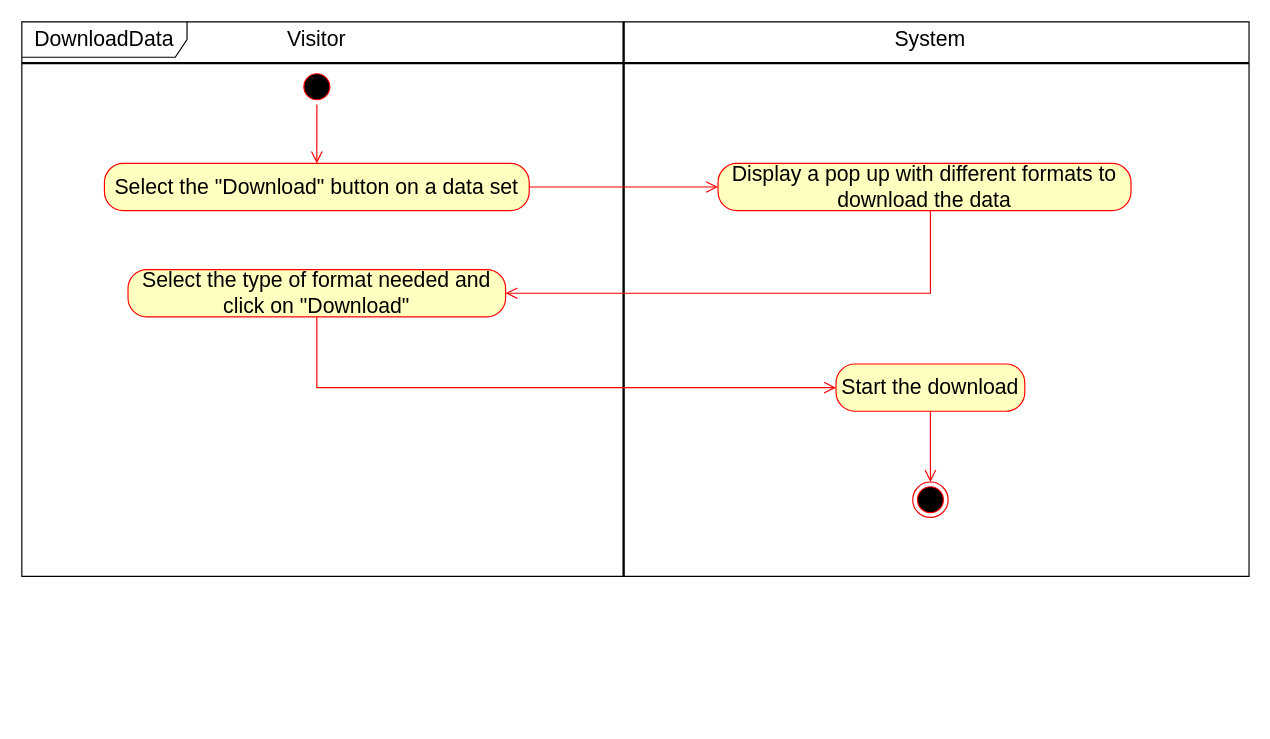
This is page "DownloadData" (1 of 3) of Use cases diagram/Visitor.drawio from matteovisotto/SE2-CecchettoSirianiVisotto, a draw.io file, before an edit. Source tidied: cells renumbered, new cells numbered last; positions are measured from the earlier drawing's top-left corner, leaving out a move shared by most shapes. Both pictures are drawn from the tidied source at 118%, with x=0, y=0 at pixel (21, 21).
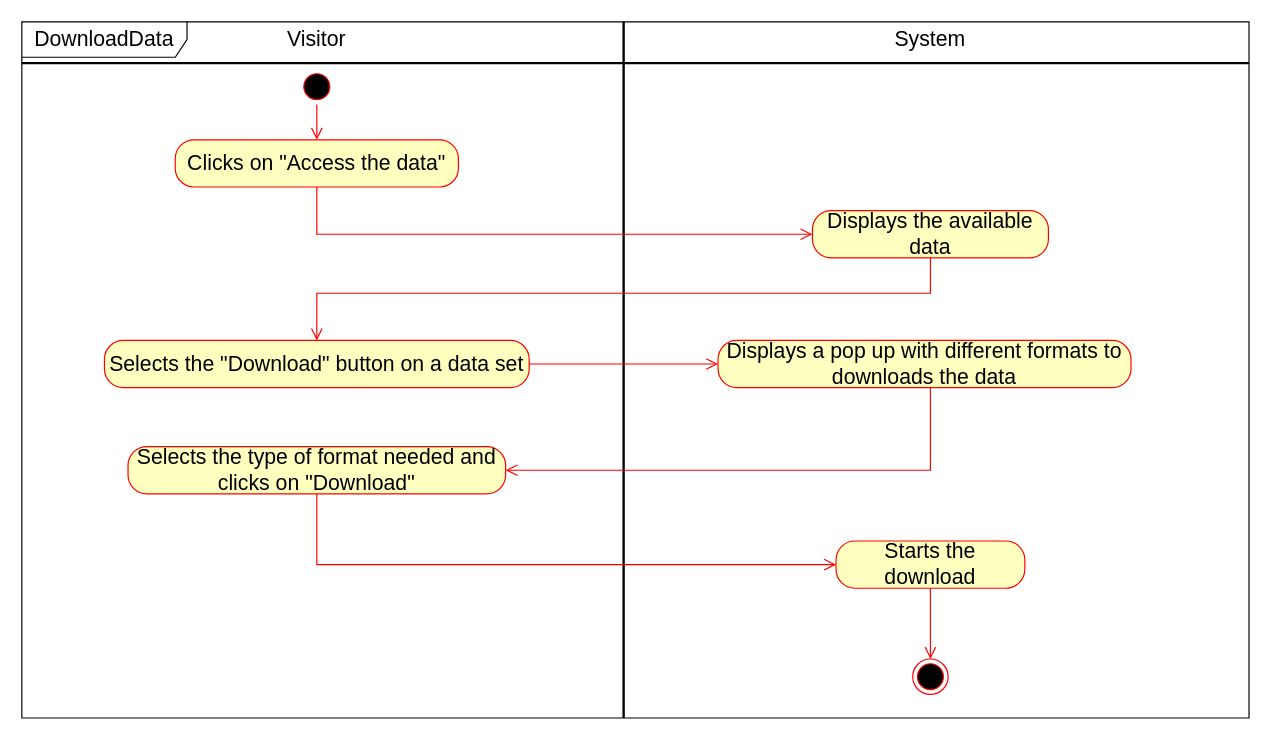
Above is the later version.

The change refers to these unchanged cells:
```xml
<mxCell id="4" style="ellipse;html=1;shape=startState;fillColor=#000000;strokeColor=#ff0000;" parent="1" vertex="1">
  <mxGeometry x="235" y="40" width="30" height="30" as="geometry" />
</mxCell>
```

Diff of the diagram source:
```diff
@@
     <mxCell id="2" value="&lt;font style=&quot;font-size: 18px&quot;&gt;DownloadData&lt;/font&gt;" style="shape=umlFrame;whiteSpace=wrap;html=1;width=140;height=30;" parent="1" vertex="1">
-      <mxGeometry width="1040" height="470" as="geometry" />
+      <mxGeometry width="1040" height="590" as="geometry" />
     </mxCell>
     <mxCell id="3" style="line;strokeWidth=2;direction=south;html=1;" parent="1" vertex="1">
-      <mxGeometry x="505" width="10" height="470" as="geometry" />
+      <mxGeometry x="505" width="10" height="590" as="geometry" />
     </mxCell>
@@
-    <mxCell id="5" style="edgeStyle=orthogonalEdgeStyle;html=1;verticalAlign=bottom;endArrow=open;endSize=8;strokeColor=#ff0000;rounded=0;" parent="1" edge="1" source="4" target="10">
+    <mxCell id="5" style="edgeStyle=orthogonalEdgeStyle;html=1;verticalAlign=bottom;endArrow=open;endSize=8;strokeColor=#ff0000;rounded=0;" parent="1" edge="1" source="4" target="18">
       <mxGeometry relative="1" as="geometry" />
     </mxCell>
     <mxCell id="6" style="ellipse;html=1;shape=endState;fillColor=#000000;strokeColor=#ff0000;" parent="1" vertex="1">
-      <mxGeometry x="755" y="390" width="30" height="30" as="geometry" />
+      <mxGeometry x="755" y="540" width="30" height="30" as="geometry" />
     </mxCell>
@@
-    <mxCell id="10" value="&lt;font style=&quot;font-size: 18px&quot;&gt;Select the &quot;Download&quot; button on a data set&lt;/font&gt;" style="rounded=1;whiteSpace=wrap;html=1;arcSize=40;fontColor=#000000;fillColor=#ffffc0;strokeColor=#ff0000;" parent="1" vertex="1">
-      <mxGeometry x="70" y="120" width="360" height="40" as="geometry" />
+    <mxCell id="10" value="&lt;font style=&quot;font-size: 18px&quot;&gt;Selects the &quot;Download&quot; button on a data set&lt;/font&gt;" style="rounded=1;whiteSpace=wrap;html=1;arcSize=40;fontColor=#000000;fillColor=#ffffc0;strokeColor=#ff0000;" parent="1" vertex="1">
+      <mxGeometry x="70" y="270" width="360" height="40" as="geometry" />
     </mxCell>
@@
-    <mxCell id="12" value="&lt;font style=&quot;font-size: 18px&quot;&gt;Display a pop up with different formats to download the data&lt;/font&gt;" style="rounded=1;whiteSpace=wrap;html=1;arcSize=40;fontColor=#000000;fillColor=#ffffc0;strokeColor=#ff0000;" parent="1" vertex="1">
-      <mxGeometry x="590" y="120" width="350" height="40" as="geometry" />
+    <mxCell id="12" value="&lt;font style=&quot;font-size: 18px&quot;&gt;Displays a pop up with different formats to downloads the data&lt;/font&gt;" style="rounded=1;whiteSpace=wrap;html=1;arcSize=40;fontColor=#000000;fillColor=#ffffc0;strokeColor=#ff0000;" parent="1" vertex="1">
+      <mxGeometry x="590" y="270" width="350" height="40" as="geometry" />
     </mxCell>
     <mxCell id="13" style="edgeStyle=orthogonalEdgeStyle;html=1;verticalAlign=bottom;endArrow=open;endSize=8;strokeColor=#ff0000;rounded=0;" parent="1" edge="1" source="12" target="14">
       <mxGeometry relative="1" as="geometry">
         <Array as="points">
-          <mxPoint x="770" y="230" />
+          <mxPoint x="770" y="380" />
         </Array>
       </mxGeometry>
     </mxCell>
-    <mxCell id="14" value="&lt;font style=&quot;font-size: 18px&quot;&gt;Select the type of format needed and click on &quot;Download&quot;&lt;/font&gt;" style="rounded=1;whiteSpace=wrap;html=1;arcSize=40;fontColor=#000000;fillColor=#ffffc0;strokeColor=#ff0000;" parent="1" vertex="1">
-      <mxGeometry x="90" y="210" width="320" height="40" as="geometry" />
+    <mxCell id="14" value="&lt;font style=&quot;font-size: 18px&quot;&gt;Selects the type of format needed and clicks on &quot;Download&quot;&lt;/font&gt;" style="rounded=1;whiteSpace=wrap;html=1;arcSize=40;fontColor=#000000;fillColor=#ffffc0;strokeColor=#ff0000;" parent="1" vertex="1">
+      <mxGeometry x="90" y="360" width="320" height="40" as="geometry" />
     </mxCell>
     <mxCell id="15" style="edgeStyle=orthogonalEdgeStyle;html=1;verticalAlign=bottom;endArrow=open;endSize=8;strokeColor=#ff0000;rounded=0;" parent="1" edge="1" source="14" target="16">
       <mxGeometry relative="1" as="geometry">
         <Array as="points">
-          <mxPoint x="250" y="310" />
-          <mxPoint x="770" y="310" />
+          <mxPoint x="250" y="460" />
+          <mxPoint x="770" y="460" />
         </Array>
       </mxGeometry>
     </mxCell>
-    <mxCell id="16" value="&lt;font style=&quot;font-size: 18px&quot;&gt;Start the download&lt;/font&gt;" style="rounded=1;whiteSpace=wrap;html=1;arcSize=40;fontColor=#000000;fillColor=#ffffc0;strokeColor=#ff0000;" parent="1" vertex="1">
-      <mxGeometry x="690" y="290" width="160" height="40" as="geometry" />
+    <mxCell id="16" value="&lt;font style=&quot;font-size: 18px&quot;&gt;Starts the download&lt;/font&gt;" style="rounded=1;whiteSpace=wrap;html=1;arcSize=40;fontColor=#000000;fillColor=#ffffc0;strokeColor=#ff0000;" parent="1" vertex="1">
+      <mxGeometry x="690" y="440" width="160" height="40" as="geometry" />
     </mxCell>
@@
+    <mxCell id="18" value="&lt;font style=&quot;font-size: 18px&quot;&gt;Clicks on &quot;Access the data&quot;&lt;/font&gt;" style="rounded=1;whiteSpace=wrap;html=1;arcSize=40;fontColor=#000000;fillColor=#ffffc0;strokeColor=#ff0000;" parent="1" vertex="1">
+      <mxGeometry x="130" y="100" width="240" height="40" as="geometry" />
+    </mxCell>
+    <mxCell id="19" style="edgeStyle=orthogonalEdgeStyle;html=1;verticalAlign=bottom;endArrow=open;endSize=8;strokeColor=#ff0000;rounded=0;" parent="1" edge="1" source="18" target="20">
+      <mxGeometry relative="1" as="geometry">
+        <Array as="points">
+          <mxPoint x="250" y="180" />
+        </Array>
+      </mxGeometry>
+    </mxCell>
+    <mxCell id="20" value="Displays the available data" style="rounded=1;whiteSpace=wrap;html=1;arcSize=40;fontColor=#000000;fillColor=#ffffc0;strokeColor=#ff0000;fontSize=18;" parent="1" vertex="1">
+      <mxGeometry x="670" y="160" width="200" height="40" as="geometry" />
+    </mxCell>
+    <mxCell id="21" style="edgeStyle=orthogonalEdgeStyle;html=1;verticalAlign=bottom;endArrow=open;endSize=8;strokeColor=#ff0000;rounded=0;" parent="1" edge="1" source="20" target="10">
+      <mxGeometry relative="1" as="geometry">
+        <Array as="points">
+          <mxPoint x="770" y="230" />
+          <mxPoint x="250" y="230" />
+        </Array>
+      </mxGeometry>
+    </mxCell>
```
